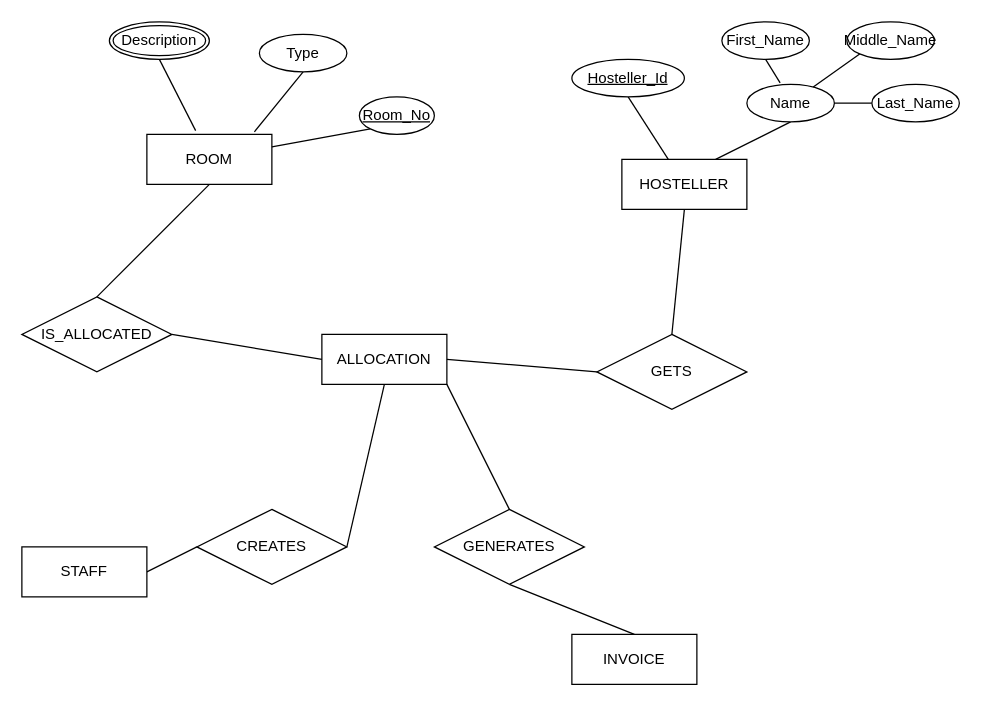
The draw.io diagram PHP/Web/Hostel/AnalysisDesign/Hostel.drawio in onlitstechnologies/ONLITS2201, before the edit. Source tidied: cells renumbered, new cells numbered last; positions are measured from the earlier drawing's top-left corner, leaving out a move shared by most shapes. Both pictures are drawn from the tidied source at 125%, with x=0, y=0 at pixel (21, 21).
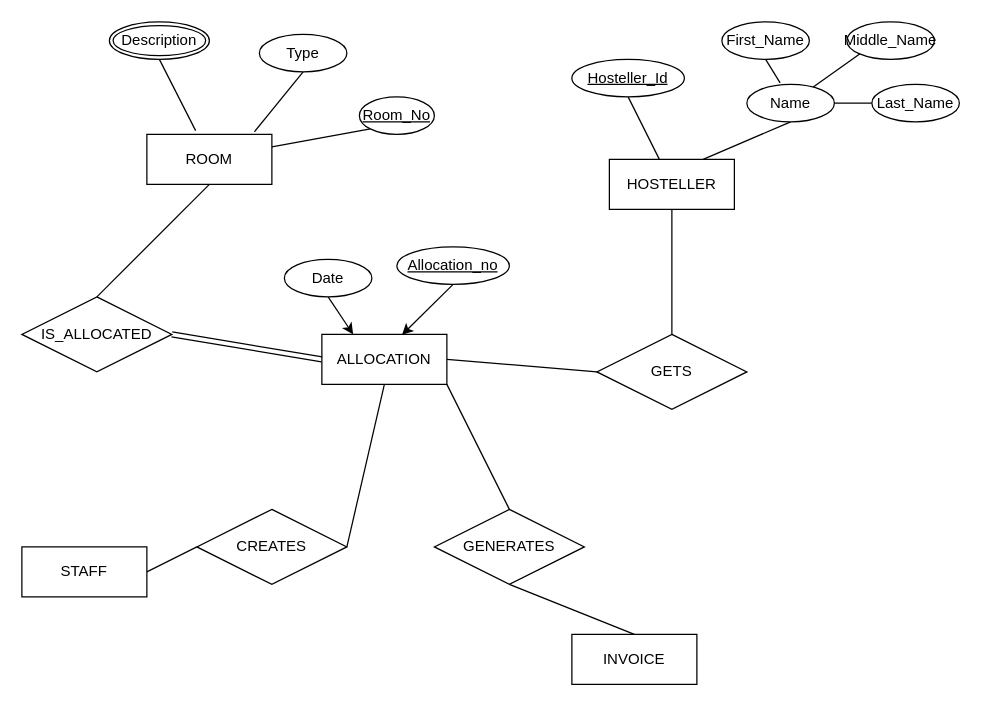
The same page after the edit.

Unchanged cells that the change refers to:
```xml
<mxCell id="10" value="ALLOCATION" style="whiteSpace=wrap;html=1;align=center;" parent="1" vertex="1">
  <mxGeometry x="240" y="250" width="100" height="40" as="geometry" />
</mxCell>
<mxCell id="12" value="IS_ALLOCATED" style="shape=rhombus;perimeter=rhombusPerimeter;whiteSpace=wrap;html=1;align=center;" parent="1" vertex="1">
  <mxGeometry y="220" width="120" height="60" as="geometry" />
</mxCell>
```

The edit, as a diff of the source:
```diff
@@
     <mxCell id="5" value="HOSTELLER" style="whiteSpace=wrap;html=1;align=center;" parent="1" vertex="1">
-      <mxGeometry x="480" y="110" width="100" height="40" as="geometry" />
+      <mxGeometry x="470" y="110" width="100" height="40" as="geometry" />
     </mxCell>
@@
-    <mxCell id="11" style="edgeStyle=none;rounded=0;jettySize=auto;html=1;exitX=1;exitY=0.5;exitDx=0;exitDy=0;entryX=0;entryY=0.5;entryDx=0;entryDy=0;endArrow=none;endFill=0;" parent="1" edge="1" source="12" target="10">
+    <mxCell id="11" style="edgeStyle=none;rounded=0;jettySize=auto;html=1;exitX=1;exitY=0.5;exitDx=0;exitDy=0;entryX=0;entryY=0.5;entryDx=0;entryDy=0;endArrow=none;endFill=0;shape=link;" parent="1" edge="1" source="12" target="10">
       <mxGeometry relative="1" as="geometry" />
     </mxCell>
@@
+    <mxCell id="35" style="html=1;exitX=0.5;exitY=1;exitDx=0;exitDy=0;entryX=0.641;entryY=0.01;entryDx=0;entryDy=0;entryPerimeter=0;" parent="1" edge="1" source="36" target="10">
+      <mxGeometry relative="1" as="geometry" />
+    </mxCell>
+    <mxCell id="36" value="Allocation_no" style="ellipse;whiteSpace=wrap;html=1;align=center;fontStyle=4;" parent="1" vertex="1">
+      <mxGeometry x="300" y="180" width="90" height="30" as="geometry" />
+    </mxCell>
+    <mxCell id="37" style="edgeStyle=none;html=1;exitX=0.5;exitY=1;exitDx=0;exitDy=0;entryX=0.25;entryY=0;entryDx=0;entryDy=0;" parent="1" edge="1" source="38" target="10">
+      <mxGeometry relative="1" as="geometry" />
+    </mxCell>
+    <mxCell id="38" value="Date" style="ellipse;whiteSpace=wrap;html=1;align=center;" parent="1" vertex="1">
+      <mxGeometry x="210" y="190" width="70" height="30" as="geometry" />
+    </mxCell>
```
